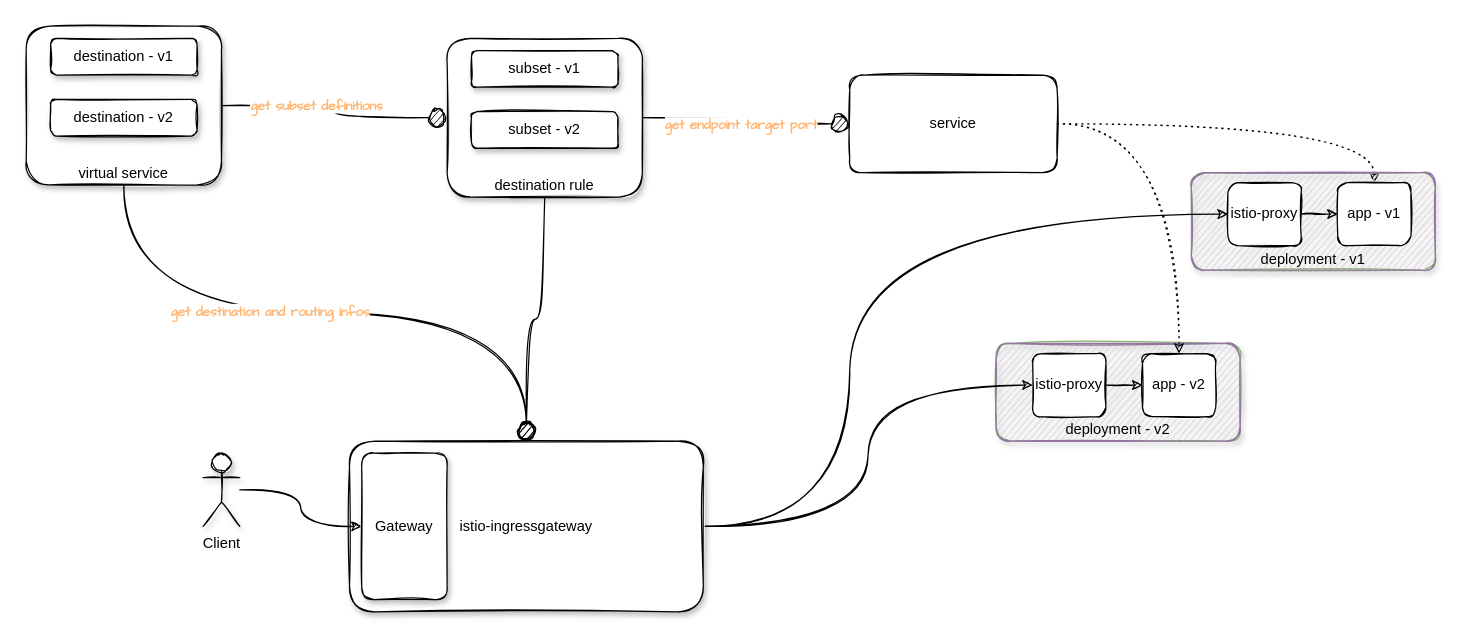
Above: istio-topology.drawio in haidouks/draw.io (draw.io), before the change. Source tidied: cells renumbered, new cells numbered last; positions are measured from the earlier drawing's top-left corner, leaving out a move shared by most shapes. Both pictures are drawn from the tidied source at 122%, with x=0, y=0 at pixel (26, 26).
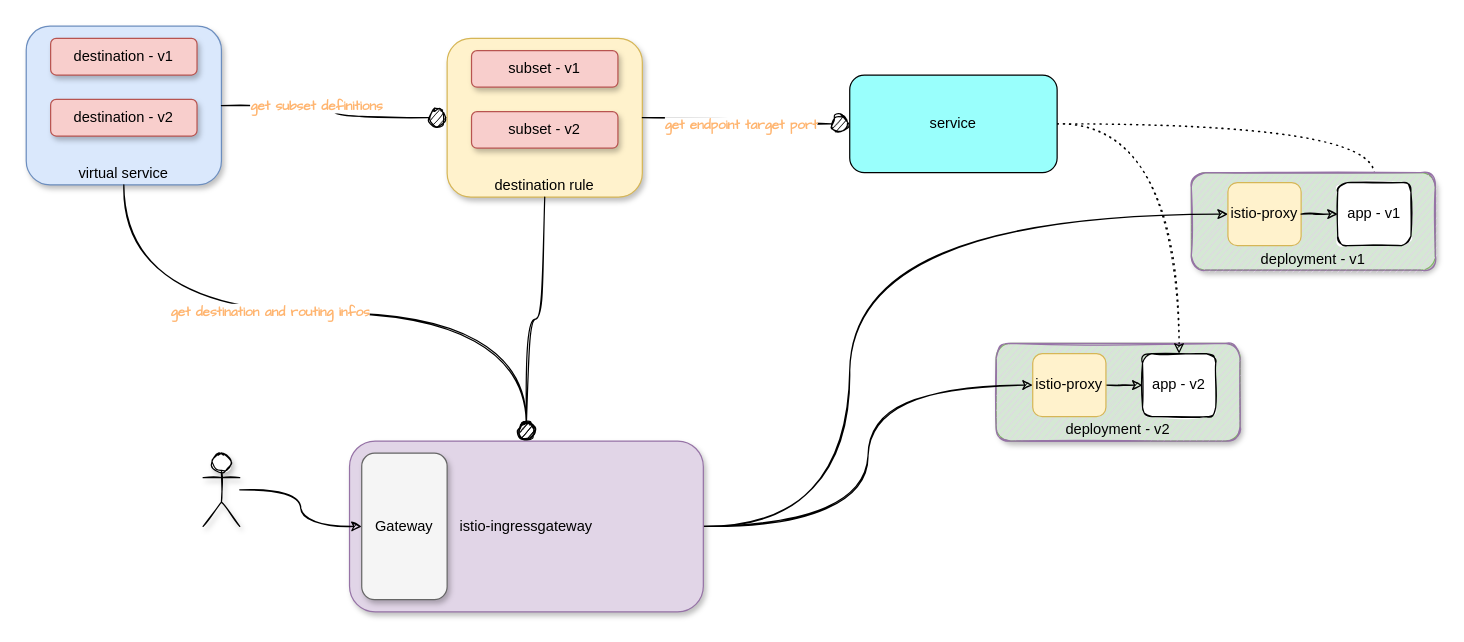
The same page after the edit.

The change refers to these unchanged cells:
```xml
<mxCell id="15" style="group;" parent="1" vertex="1">
  <mxGeometry x="345" y="10" width="160" height="160" as="geometry" />
</mxCell>
<mxCell id="19" style="group;" parent="1" vertex="1">
  <mxGeometry width="160" height="160" as="geometry" />
</mxCell>
```

What changed in the source:
```diff
@@
-    <mxCell id="2" style="group;sketch=1;rounded=1;fillColor=#d5e8d4;strokeColor=#82b366;shadow=1;" parent="1" vertex="1">
+    <mxCell id="2" style="group;sketch=0;rounded=1;fillColor=#d5e8d4;strokeColor=#82b366;shadow=1;" parent="1" vertex="1">
       <mxGeometry x="795" y="260" width="200" height="80" as="geometry" />
     </mxCell>
@@
-    <mxCell id="5" value="istio-proxy" style="rounded=1;whiteSpace=wrap;html=1;sketch=1;" parent="2" vertex="1">
+    <mxCell id="5" value="istio-proxy" style="rounded=1;whiteSpace=wrap;html=1;sketch=0;fillColor=#fff2cc;strokeColor=#d6b656;" parent="2" vertex="1">
       <mxGeometry x="30" y="8.4" width="60" height="51.6" as="geometry" />
     </mxCell>
@@
-    <mxCell id="9" value="service" style="rounded=1;whiteSpace=wrap;html=1;verticalAlign=middle;sketch=1;" parent="1" vertex="1">
+    <mxCell id="9" value="service" style="rounded=1;whiteSpace=wrap;html=1;verticalAlign=middle;sketch=0;fillColor=#99FFFC;" parent="1" vertex="1">
       <mxGeometry x="675" y="40" width="170" height="80" as="geometry" />
     </mxCell>
-    <mxCell id="10" style="group;fillColor=#d5e8d4;strokeColor=#82b366;sketch=1;shadow=1;rounded=1;" parent="1" vertex="1">
+    <mxCell id="10" style="group;fillColor=#d5e8d4;strokeColor=#82b366;sketch=0;shadow=1;rounded=1;" parent="1" vertex="1">
       <mxGeometry x="955" y="120" width="200" height="80" as="geometry" />
     </mxCell>
@@
-    <mxCell id="12" value="istio-proxy" style="rounded=1;whiteSpace=wrap;html=1;sketch=1;" parent="10" vertex="1">
+    <mxCell id="12" value="istio-proxy" style="rounded=1;whiteSpace=wrap;html=1;sketch=0;fillColor=#fff2cc;strokeColor=#d6b656;" parent="10" vertex="1">
       <mxGeometry x="30" y="8.2" width="60" height="51.6" as="geometry" />
     </mxCell>
@@
-    <mxCell id="16" value="&lt;font color=&quot;#000000&quot;&gt;destination rule&lt;/font&gt;" style="rounded=1;whiteSpace=wrap;html=1;shadow=1;sketch=1;fontColor=#FFB570;fillColor=#ffffff;gradientColor=none;verticalAlign=bottom;" parent="15" vertex="1">
+    <mxCell id="16" value="&lt;font color=&quot;#000000&quot;&gt;destination rule&lt;/font&gt;" style="rounded=1;whiteSpace=wrap;html=1;shadow=1;sketch=0;fillColor=#fff2cc;verticalAlign=bottom;strokeColor=#d6b656;" parent="15" vertex="1">
       <mxGeometry width="160" height="130" as="geometry" />
     </mxCell>
-    <mxCell id="17" value="&lt;font color=&quot;#000000&quot;&gt;subset - v1&lt;/font&gt;" style="rounded=1;whiteSpace=wrap;html=1;shadow=1;sketch=1;fontColor=#FFB570;fillColor=#ffffff;gradientColor=none;verticalAlign=middle;" parent="15" vertex="1">
+    <mxCell id="17" value="&lt;font color=&quot;#000000&quot;&gt;subset - v1&lt;/font&gt;" style="rounded=1;whiteSpace=wrap;html=1;shadow=1;sketch=0;fillColor=#f8cecc;verticalAlign=middle;strokeColor=#b85450;" parent="15" vertex="1">
       <mxGeometry x="20" y="10" width="120" height="30" as="geometry" />
     </mxCell>
-    <mxCell id="18" value="&lt;font color=&quot;#000000&quot;&gt;subset - v2&lt;/font&gt;" style="rounded=1;whiteSpace=wrap;html=1;shadow=1;sketch=1;fontColor=#FFB570;fillColor=#ffffff;gradientColor=none;verticalAlign=middle;" parent="15" vertex="1">
+    <mxCell id="18" value="&lt;font color=&quot;#000000&quot;&gt;subset - v2&lt;/font&gt;" style="rounded=1;whiteSpace=wrap;html=1;shadow=1;sketch=0;fillColor=#f8cecc;verticalAlign=middle;strokeColor=#b85450;" parent="15" vertex="1">
       <mxGeometry x="20" y="60" width="120" height="30" as="geometry" />
     </mxCell>
@@
-    <mxCell id="20" value="&lt;font color=&quot;#000000&quot;&gt;virtual service&lt;/font&gt;" style="rounded=1;whiteSpace=wrap;html=1;shadow=1;sketch=1;fontColor=#FFB570;fillColor=#ffffff;gradientColor=none;verticalAlign=bottom;" parent="19" vertex="1">
+    <mxCell id="20" value="&lt;font color=&quot;#000000&quot;&gt;virtual service&lt;/font&gt;" style="rounded=1;whiteSpace=wrap;html=1;shadow=1;sketch=0;fillColor=#dae8fc;verticalAlign=bottom;strokeColor=#6c8ebf;" parent="19" vertex="1">
       <mxGeometry width="160" height="130" as="geometry" />
     </mxCell>
-    <mxCell id="21" value="&lt;font color=&quot;#000000&quot;&gt;destination - v1&lt;/font&gt;" style="rounded=1;whiteSpace=wrap;html=1;shadow=1;sketch=1;fontColor=#FFB570;fillColor=#ffffff;gradientColor=none;verticalAlign=middle;" parent="19" vertex="1">
+    <mxCell id="21" value="&lt;font color=&quot;#000000&quot;&gt;destination - v1&lt;/font&gt;" style="rounded=1;whiteSpace=wrap;html=1;shadow=1;sketch=0;fillColor=#f8cecc;verticalAlign=middle;strokeColor=#b85450;" parent="19" vertex="1">
       <mxGeometry x="20" y="10" width="120" height="30" as="geometry" />
     </mxCell>
-    <mxCell id="22" value="&lt;font color=&quot;#000000&quot;&gt;destination - v2&lt;/font&gt;" style="rounded=1;whiteSpace=wrap;html=1;shadow=1;sketch=1;fontColor=#FFB570;fillColor=#ffffff;gradientColor=none;verticalAlign=middle;" parent="19" vertex="1">
+    <mxCell id="22" value="&lt;font color=&quot;#000000&quot;&gt;destination - v2&lt;/font&gt;" style="rounded=1;whiteSpace=wrap;html=1;shadow=1;sketch=0;fillColor=#f8cecc;verticalAlign=middle;strokeColor=#b85450;" parent="19" vertex="1">
       <mxGeometry x="20" y="60" width="120" height="30" as="geometry" />
     </mxCell>
@@
-    <mxCell id="25" value="&lt;font color=&quot;#000000&quot;&gt;istio-ingressgateway&lt;/font&gt;" style="rounded=1;whiteSpace=wrap;html=1;shadow=1;sketch=1;fontColor=#FFB570;fillColor=#ffffff;gradientColor=none;verticalAlign=middle;" parent="1" vertex="1">
+    <mxCell id="25" value="&lt;font color=&quot;#000000&quot;&gt;istio-ingressgateway&lt;/font&gt;" style="rounded=1;whiteSpace=wrap;html=1;shadow=1;sketch=0;fillColor=#e1d5e7;verticalAlign=middle;strokeColor=#9673a6;" parent="1" vertex="1">
       <mxGeometry x="265" y="340" width="290" height="140" as="geometry" />
     </mxCell>
@@
-    <mxCell id="34" value="&lt;font color=&quot;#000000&quot;&gt;Client&lt;/font&gt;" style="shape=umlActor;verticalLabelPosition=bottom;verticalAlign=top;html=1;outlineConnect=0;rounded=1;shadow=1;sketch=1;fontColor=#FFB570;fillColor=#ffffff;gradientColor=none;" parent="1" vertex="1">
+    <mxCell id="34" style="shape=umlActor;verticalLabelPosition=bottom;verticalAlign=top;html=1;outlineConnect=0;rounded=1;shadow=1;sketch=1;fontColor=#FFB570;fillColor=#ffffff;gradientColor=none;" parent="1" vertex="1">
       <mxGeometry x="145" y="350" width="30" height="60" as="geometry" />
     </mxCell>
-    <mxCell id="35" value="&lt;font color=&quot;#000000&quot;&gt;Gateway&lt;/font&gt;" style="rounded=1;whiteSpace=wrap;html=1;shadow=1;sketch=1;fontColor=#FFB570;fillColor=#ffffff;gradientColor=none;verticalAlign=middle;" parent="1" vertex="1">
+    <mxCell id="35" value="&lt;font color=&quot;#000000&quot;&gt;Gateway&lt;/font&gt;" style="rounded=1;whiteSpace=wrap;html=1;shadow=1;sketch=0;fontColor=#333333;fillColor=#f5f5f5;verticalAlign=middle;strokeColor=#666666;" parent="1" vertex="1">
       <mxGeometry x="275" y="350" width="70" height="120" as="geometry" />
     </mxCell>
```
